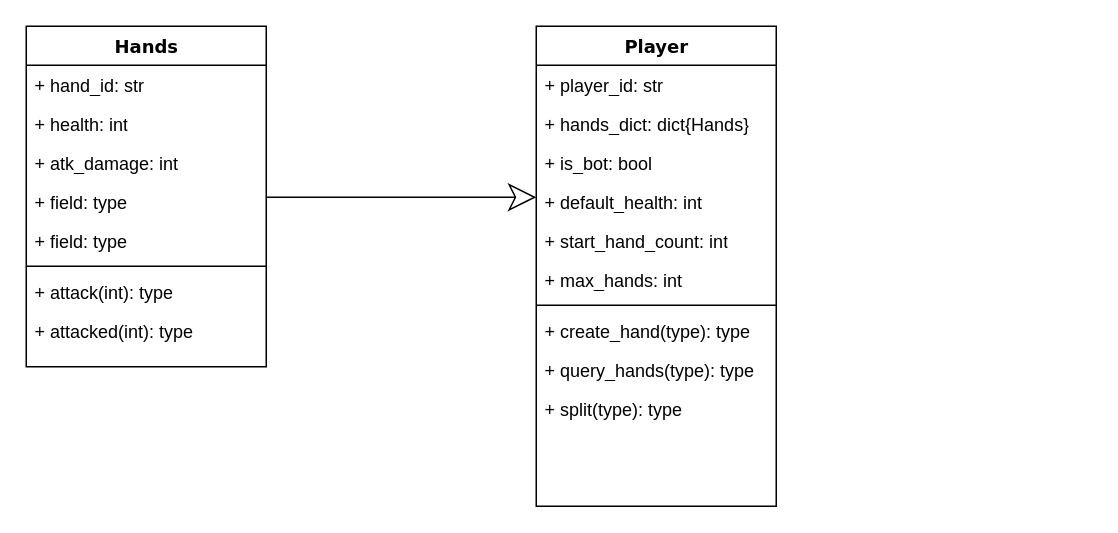
Above: chopsticks.drawio in tacticaltechie/chopsticks (draw.io), before the change. Source tidied: cells renumbered, new cells numbered last; positions are measured from the earlier drawing's top-left corner, leaving out a move shared by most shapes. Both pictures are drawn from the tidied source at 150%, with x=0, y=0 at pixel (26, 26).
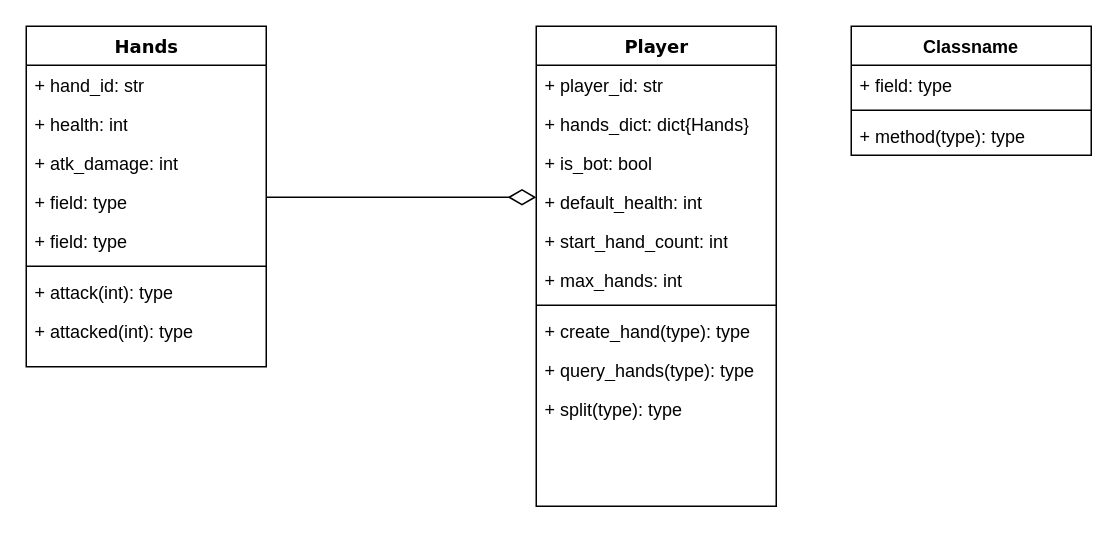
The same diagram, later.

Unchanged cells that the change refers to:
```xml
<mxCell id="2" value="Hands" style="swimlane;html=1;fontStyle=1;align=center;verticalAlign=top;horizontal=1;startSize=26;swimlaneFillColor=#ffffff;rounded=0;shadow=0;comic=0;labelBackgroundColor=none;strokeColor=#000000;strokeWidth=1;fillColor=none;fontFamily=Verdana;fontSize=12;fontColor=#000000;" parent="1" vertex="1">
  <mxGeometry width="160" height="227" as="geometry" />
</mxCell>
<mxCell id="11" value="Player" style="swimlane;html=1;fontStyle=1;align=center;verticalAlign=top;horizontal=1;startSize=26;swimlaneFillColor=#ffffff;rounded=0;shadow=0;comic=0;labelBackgroundColor=none;strokeColor=#000000;strokeWidth=1;fillColor=none;fontFamily=Verdana;fontSize=12;fontColor=#000000;" parent="1" vertex="1">
  <mxGeometry x="340" width="160" height="320" as="geometry" />
</mxCell>
```

Diff of the diagram source:
```diff
@@
-    <mxCell id="22" style="edgeStyle=elbowEdgeStyle;html=1;labelBackgroundColor=none;startFill=0;startSize=8;endArrow=classic;endFill=0;endSize=16;fontFamily=Verdana;fontSize=12;elbow=vertical;" parent="1" edge="1" source="2" target="11">
+    <mxCell id="22" style="edgeStyle=elbowEdgeStyle;labelBackgroundColor=none;startFill=0;startSize=8;endArrow=diamondThin;endFill=0;endSize=16;fontFamily=Verdana;fontSize=12;elbow=vertical;html=1;" parent="1" edge="1" source="2" target="11">
       <mxGeometry relative="1" as="geometry" />
     </mxCell>
+    <mxCell id="23" value="Classname" style="swimlane;fontStyle=1;align=center;verticalAlign=top;horizontal=1;startSize=26;" parent="1" vertex="1">
+      <mxGeometry x="550" width="160" height="86" as="geometry" />
+    </mxCell>
+    <mxCell id="24" value="+ field: type" style="text;strokeColor=none;fillColor=none;align=left;verticalAlign=top;spacingLeft=4;spacingRight=4;overflow=hidden;" parent="23" vertex="1">
+      <mxGeometry y="26" width="160" height="26" as="geometry" />
+    </mxCell>
+    <mxCell id="25" style="line;strokeWidth=1;fillColor=none;align=left;verticalAlign=middle;spacingTop=-1;spacingLeft=3;spacingRight=3;labelPosition=right;" parent="23" vertex="1">
+      <mxGeometry y="52" width="160" height="8" as="geometry" />
+    </mxCell>
+    <mxCell id="26" value="+ method(type): type" style="text;strokeColor=none;fillColor=none;align=left;verticalAlign=top;spacingLeft=4;spacingRight=4;overflow=hidden;" parent="23" vertex="1">
+      <mxGeometry y="60" width="160" height="26" as="geometry" />
+    </mxCell>
```
